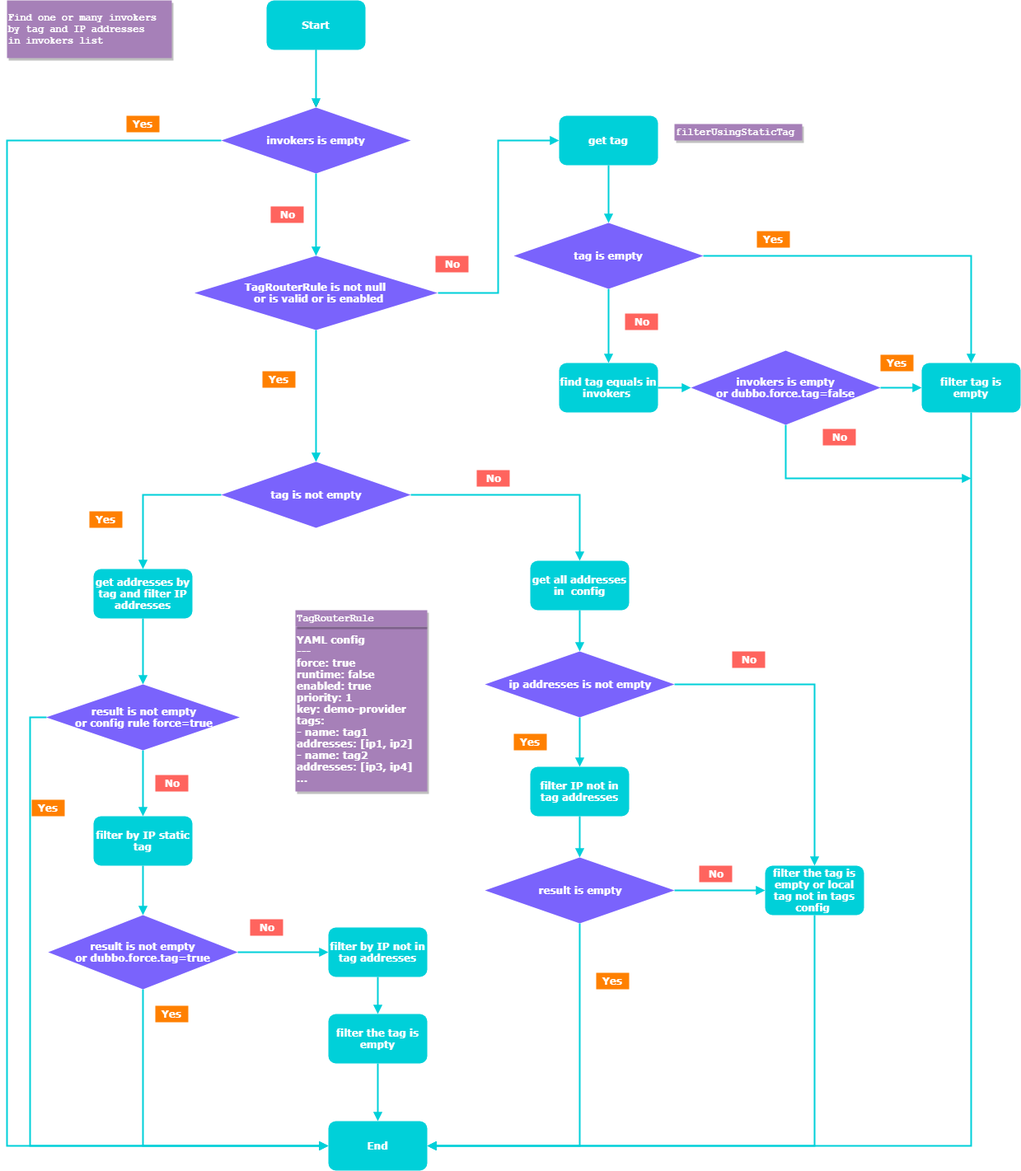
The draw.io diagram dubbo/images/dubbo-router-tag.png in web1992/read, before a commit. Source tidied: cells renumbered, new cells last; positions are measured from the earlier drawing's top-left corner, leaving out a move shared by most shapes.
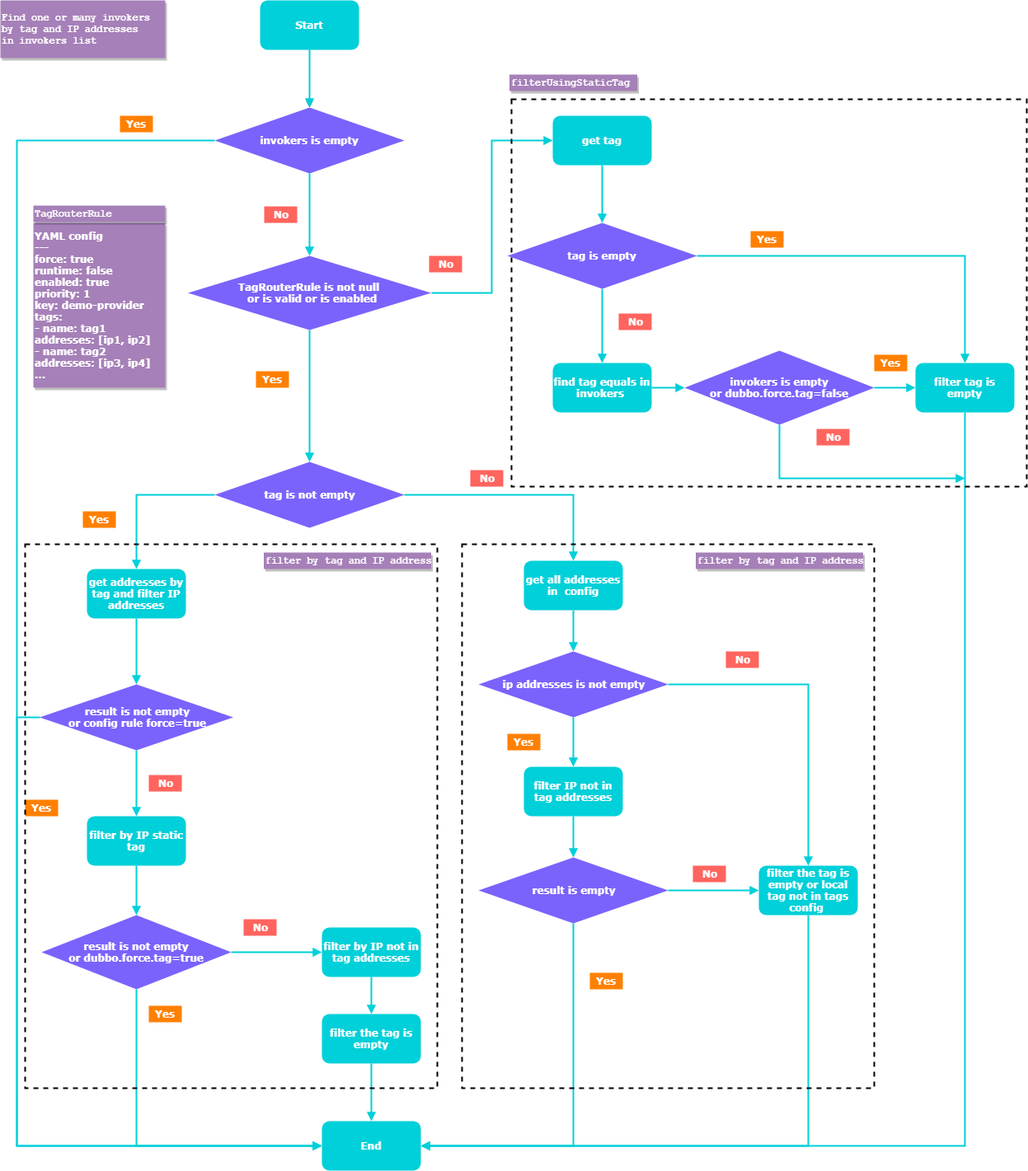
After the commit.

Commit message:
fix router tag

Change to the diagram source:
```diff
@@ -27,7 +27,12 @@
       <mxGeometry relative="1" as="geometry" />
     </mxCell>
     <mxCell id="10" style="edgeStyle=orthogonalEdgeStyle;rounded=0;jettySize=auto;html=1;exitX=0;exitY=0.5;exitDx=0;exitDy=0;entryX=0;entryY=0.5;entryDx=0;entryDy=0;fontFamily=Verdana;fontColor=#FFFFFF;strokeColor=#00D0D9;strokeWidth=2;endFill=1;endArrow=block;" parent="1" edge="1" source="11" target="12">
-      <mxGeometry relative="1" as="geometry" />
+      <mxGeometry relative="1" as="geometry">
+        <Array as="points">
+          <mxPoint x="20" y="870" />
+          <mxPoint x="20" y="1390" />
+        </Array>
+      </mxGeometry>
     </mxCell>
     <mxCell id="11" value="&lt;div&gt;result is not empty&lt;br&gt;or config rule force=true&lt;/div&gt;" style="rhombus;whiteSpace=wrap;html=1;fillColor=#7A63FC;fontFamily=Verdana;fontColor=#FFFFFF;strokeColor=none;fontStyle=1;" parent="1" vertex="1">
       <mxGeometry x="47.5" y="830" width="235" height="80" as="geometry" />
@@ -134,8 +139,8 @@
     <mxCell id="45" style="edgeStyle=orthogonalEdgeStyle;rounded=0;jettySize=auto;html=1;exitX=0;exitY=0.5;exitDx=0;exitDy=0;entryX=0;entryY=0.5;entryDx=0;entryDy=0;fontFamily=Verdana;fontColor=#FFFFFF;strokeColor=#00D0D9;strokeWidth=2;endFill=1;endArrow=block;" parent="1" edge="1" source="50" target="12">
       <mxGeometry relative="1" as="geometry">
         <Array as="points">
-          <mxPoint y="170" />
-          <mxPoint y="1390" />
+          <mxPoint x="20" y="170" />
+          <mxPoint x="20" y="1390" />
         </Array>
       </mxGeometry>
     </mxCell>
@@ -222,16 +227,16 @@
       <mxGeometry x="520" y="310" width="40" height="20" as="geometry" />
     </mxCell>
     <mxCell id="69" value="&lt;pre&gt;&lt;span&gt;filterUsingStaticTag&lt;/span&gt;&lt;/pre&gt;" style="text;html=1;strokeColor=none;fillColor=#A680B8;align=left;verticalAlign=middle;whiteSpace=wrap;rounded=0;comic=0;fontFamily=Verdana;fontColor=#FFFFFF;fontStyle=1;shadow=1;" parent="1" vertex="1">
-      <mxGeometry x="810" y="150" width="155" height="20" as="geometry" />
+      <mxGeometry x="617.5" y="90" width="155" height="20" as="geometry" />
     </mxCell>
     <mxCell id="70" value="&lt;pre&gt;Find one or many invokers&lt;br/&gt;by tag and IP addresses&lt;br&gt;in invokers list&lt;/pre&gt;" style="text;html=1;strokeColor=none;fillColor=#A680B8;align=left;verticalAlign=middle;whiteSpace=wrap;rounded=0;comic=0;fontFamily=Verdana;fontColor=#FFFFFF;fontStyle=1;shadow=1;" parent="1" vertex="1">
       <mxGeometry width="200" height="70" as="geometry" />
     </mxCell>
     <mxCell id="71" value="&lt;div&gt;YAML config&lt;/div&gt;&lt;div&gt;---&lt;/div&gt;&lt;div&gt;force: true&lt;/div&gt;&lt;div&gt;runtime: false&lt;/div&gt;&lt;div&gt;enabled: true&lt;/div&gt;&lt;div&gt;priority: 1&lt;/div&gt;&lt;div&gt;key: demo-provider&lt;/div&gt;&lt;div&gt;tags:&lt;/div&gt;&lt;div&gt;- name: tag1&lt;/div&gt;&lt;div&gt;addresses: [ip1, ip2]&lt;/div&gt;&lt;div&gt;- name: tag2&lt;/div&gt;&lt;div&gt;addresses: [ip3, ip4]&lt;/div&gt;&lt;div&gt;...&lt;/div&gt;" style="text;html=1;align=left;verticalAlign=middle;whiteSpace=wrap;rounded=0;fontFamily=Verdana;fillColor=#A680B8;horizontal=1;fontStyle=1;fontColor=#FFFFFF;shadow=1;comic=0;" parent="1" vertex="1">
-      <mxGeometry x="350" y="760" width="160" height="200" as="geometry" />
+      <mxGeometry x="40" y="270" width="160" height="200" as="geometry" />
     </mxCell>
     <mxCell id="72" value="&lt;pre&gt;TagRouterRule&lt;/pre&gt;" style="text;html=1;strokeColor=none;fillColor=#A680B8;align=left;verticalAlign=middle;whiteSpace=wrap;rounded=0;fontFamily=Verdana;fontColor=#FFFFFF;fontStyle=1;comic=0;shadow=1;" parent="1" vertex="1">
-      <mxGeometry x="350" y="740" width="160" height="20" as="geometry" />
+      <mxGeometry x="40" y="249" width="160" height="20" as="geometry" />
     </mxCell>
     <mxCell id="73" value="Yes" style="text;html=1;strokeColor=none;fillColor=#FF8000;align=center;verticalAlign=middle;whiteSpace=wrap;rounded=0;fontFamily=Verdana;fontColor=#FFFFFF;fontStyle=1;" parent="1" vertex="1">
       <mxGeometry x="310" y="450" width="40" height="20" as="geometry" />
@@ -239,5 +244,20 @@
     <mxCell id="74" value="No" style="text;html=1;strokeColor=none;fillColor=#FF645E;align=center;verticalAlign=middle;whiteSpace=wrap;rounded=0;fontFamily=Verdana;fontColor=#FFFFFF;fontStyle=1;" parent="1" vertex="1">
       <mxGeometry x="320" y="250" width="40" height="20" as="geometry" />
     </mxCell>
+    <mxCell id="75" style="rounded=0;whiteSpace=wrap;html=1;fillColor=none;dashed=1;strokeColor=#000000;strokeWidth=2;" parent="1" vertex="1">
+      <mxGeometry x="620" y="120" width="625" height="470" as="geometry" />
+    </mxCell>
+    <mxCell id="76" style="rounded=0;whiteSpace=wrap;html=1;dashed=1;strokeColor=#000000;strokeWidth=2;fillColor=none;" parent="1" vertex="1">
+      <mxGeometry x="30" y="660" width="500" height="660" as="geometry" />
+    </mxCell>
+    <mxCell id="77" style="rounded=0;whiteSpace=wrap;html=1;dashed=1;strokeColor=#000000;strokeWidth=2;fillColor=none;" parent="1" vertex="1">
+      <mxGeometry x="560" y="660" width="500" height="660" as="geometry" />
+    </mxCell>
+    <mxCell id="78" value="&lt;pre&gt;&lt;span&gt;filter by tag and IP address&lt;/span&gt;&lt;/pre&gt;" style="text;html=1;strokeColor=none;fillColor=#A680B8;align=left;verticalAlign=middle;whiteSpace=wrap;rounded=0;comic=0;fontFamily=Verdana;fontColor=#FFFFFF;fontStyle=1;shadow=1;" parent="1" vertex="1">
+      <mxGeometry x="319.5" y="670" width="203" height="20" as="geometry" />
+    </mxCell>
+    <mxCell id="79" value="&lt;pre&gt;&lt;span&gt;filter by tag and IP address&lt;/span&gt;&lt;/pre&gt;" style="text;html=1;strokeColor=none;fillColor=#A680B8;align=left;verticalAlign=middle;whiteSpace=wrap;rounded=0;comic=0;fontFamily=Verdana;fontColor=#FFFFFF;fontStyle=1;shadow=1;" parent="1" vertex="1">
+      <mxGeometry x="843.5" y="670" width="203" height="20" as="geometry" />
+    </mxCell>
   </root>
 </mxGraphModel>
```
